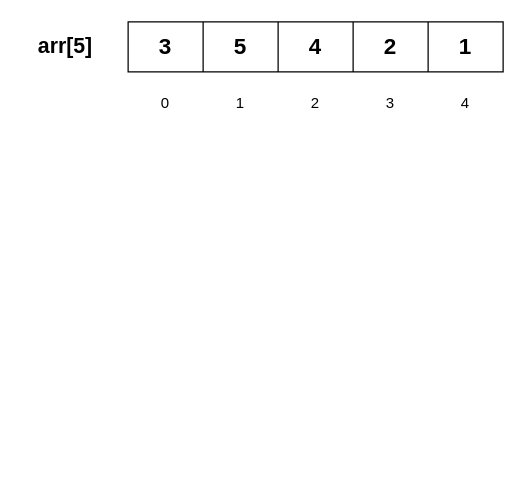
Above: 未命名绘图.drawio in wujinzhe/course (draw.io), before the change. Source tidied: cells renumbered, new cells numbered last; positions are measured from the earlier drawing's top-left corner, leaving out a move shared by most shapes. Both pictures are drawn from the tidied source at 125%, with x=0, y=0 at pixel (28, 21).
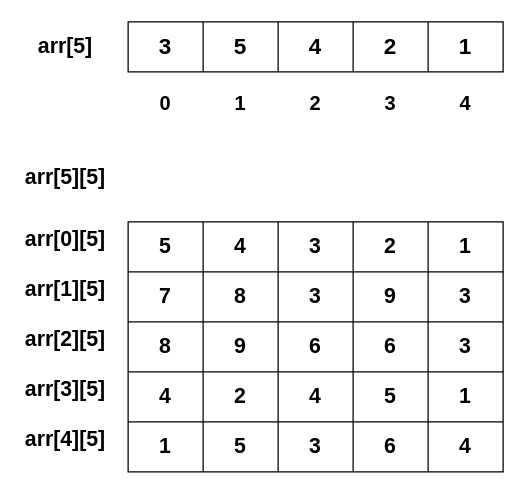
The same page after the edit.

Commit message (it also covers changes not shown here):
更新未命名绘图.drawio

What changed in the source:
```diff
@@
-    <mxCell id="10" value="0" style="text;html=1;strokeColor=none;fillColor=none;align=center;verticalAlign=middle;whiteSpace=wrap;rounded=0;" parent="1" vertex="1">
+    <mxCell id="10" value="0" style="text;html=1;strokeColor=none;fillColor=none;align=center;verticalAlign=middle;whiteSpace=wrap;rounded=0;fontSize=16;fontStyle=1;" parent="1" vertex="1">
       <mxGeometry x="80" y="50" width="60" height="30" as="geometry" />
     </mxCell>
-    <mxCell id="11" value="1" style="text;html=1;strokeColor=none;fillColor=none;align=center;verticalAlign=middle;whiteSpace=wrap;rounded=0;" parent="1" vertex="1">
+    <mxCell id="11" value="1" style="text;html=1;strokeColor=none;fillColor=none;align=center;verticalAlign=middle;whiteSpace=wrap;rounded=0;fontSize=16;fontStyle=1;" parent="1" vertex="1">
       <mxGeometry x="140" y="50" width="60" height="30" as="geometry" />
     </mxCell>
-    <mxCell id="12" value="2" style="text;html=1;strokeColor=none;fillColor=none;align=center;verticalAlign=middle;whiteSpace=wrap;rounded=0;" parent="1" vertex="1">
+    <mxCell id="12" value="2" style="text;html=1;strokeColor=none;fillColor=none;align=center;verticalAlign=middle;whiteSpace=wrap;rounded=0;fontSize=16;fontStyle=1;" parent="1" vertex="1">
       <mxGeometry x="200" y="50" width="60" height="30" as="geometry" />
     </mxCell>
-    <mxCell id="13" value="3" style="text;html=1;strokeColor=none;fillColor=none;align=center;verticalAlign=middle;whiteSpace=wrap;rounded=0;" parent="1" vertex="1">
+    <mxCell id="13" value="3" style="text;html=1;strokeColor=none;fillColor=none;align=center;verticalAlign=middle;whiteSpace=wrap;rounded=0;fontSize=16;fontStyle=1;" parent="1" vertex="1">
       <mxGeometry x="260" y="50" width="60" height="30" as="geometry" />
     </mxCell>
-    <mxCell id="14" value="4" style="text;html=1;strokeColor=none;fillColor=none;align=center;verticalAlign=middle;whiteSpace=wrap;rounded=0;" parent="1" vertex="1">
+    <mxCell id="14" value="4" style="text;html=1;strokeColor=none;fillColor=none;align=center;verticalAlign=middle;whiteSpace=wrap;rounded=0;fontSize=16;fontStyle=1;" parent="1" vertex="1">
       <mxGeometry x="320" y="50" width="60" height="30" as="geometry" />
     </mxCell>
+    <mxCell id="15" style="shape=table;startSize=0;childLayout=tableLayout;" parent="1" vertex="1">
+      <mxGeometry x="80" y="160" width="300" height="200" as="geometry" />
+    </mxCell>
+    <mxCell id="16" style="shape=tableRow;horizontal=0;startSize=0;swimlaneHead=0;swimlaneBody=0;strokeColor=inherit;top=0;left=0;bottom=0;right=0;fillColor=none;" parent="15" vertex="1">
+      <mxGeometry width="300" height="40" as="geometry" />
+    </mxCell>
+    <mxCell id="17" value="5" style="shape=partialRectangle;html=1;whiteSpace=wrap;strokeColor=inherit;overflow=hidden;fillColor=none;top=0;left=0;bottom=0;right=0;fontSize=17;fontStyle=1;" parent="16" vertex="1">
+      <mxGeometry width="60" height="40" as="geometry" />
+    </mxCell>
+    <mxCell id="18" value="4" style="shape=partialRectangle;html=1;whiteSpace=wrap;strokeColor=inherit;overflow=hidden;fillColor=none;top=0;left=0;bottom=0;right=0;fontSize=17;fontStyle=1;" parent="16" vertex="1">
+      <mxGeometry x="60" width="60" height="40" as="geometry" />
+    </mxCell>
+    <mxCell id="19" value="3" style="shape=partialRectangle;html=1;whiteSpace=wrap;strokeColor=inherit;overflow=hidden;fillColor=none;top=0;left=0;bottom=0;right=0;fontSize=17;fontStyle=1;" parent="16" vertex="1">
+      <mxGeometry x="120" width="60" height="40" as="geometry" />
+    </mxCell>
+    <mxCell id="20" value="2" style="shape=partialRectangle;html=1;whiteSpace=wrap;strokeColor=inherit;overflow=hidden;fillColor=none;top=0;left=0;bottom=0;right=0;fontSize=17;fontStyle=1;" parent="16" vertex="1">
+      <mxGeometry x="180" width="60" height="40" as="geometry" />
+    </mxCell>
+    <mxCell id="21" value="1" style="shape=partialRectangle;html=1;whiteSpace=wrap;strokeColor=inherit;overflow=hidden;fillColor=none;top=0;left=0;bottom=0;right=0;fontSize=17;fontStyle=1;" parent="16" vertex="1">
+      <mxGeometry x="240" width="60" height="40" as="geometry" />
+    </mxCell>
+    <mxCell id="22" style="shape=tableRow;horizontal=0;startSize=0;swimlaneHead=0;swimlaneBody=0;strokeColor=inherit;top=0;left=0;bottom=0;right=0;fillColor=none;" parent="15" vertex="1">
+      <mxGeometry y="40" width="300" height="40" as="geometry" />
+    </mxCell>
+    <mxCell id="23" value="7" style="shape=partialRectangle;html=1;whiteSpace=wrap;strokeColor=inherit;overflow=hidden;fillColor=none;top=0;left=0;bottom=0;right=0;fontSize=17;fontStyle=1;" parent="22" vertex="1">
+      <mxGeometry width="60" height="40" as="geometry" />
+    </mxCell>
+    <mxCell id="24" value="8" style="shape=partialRectangle;html=1;whiteSpace=wrap;strokeColor=inherit;overflow=hidden;fillColor=none;top=0;left=0;bottom=0;right=0;fontSize=17;fontStyle=1;" parent="22" vertex="1">
+      <mxGeometry x="60" width="60" height="40" as="geometry" />
+    </mxCell>
+    <mxCell id="25" value="3" style="shape=partialRectangle;html=1;whiteSpace=wrap;strokeColor=inherit;overflow=hidden;fillColor=none;top=0;left=0;bottom=0;right=0;fontSize=17;fontStyle=1;" parent="22" vertex="1">
+      <mxGeometry x="120" width="60" height="40" as="geometry" />
+    </mxCell>
+    <mxCell id="26" value="9" style="shape=partialRectangle;html=1;whiteSpace=wrap;strokeColor=inherit;overflow=hidden;fillColor=none;top=0;left=0;bottom=0;right=0;fontSize=17;fontStyle=1;" parent="22" vertex="1">
+      <mxGeometry x="180" width="60" height="40" as="geometry" />
+    </mxCell>
+    <mxCell id="27" value="3" style="shape=partialRectangle;html=1;whiteSpace=wrap;strokeColor=inherit;overflow=hidden;fillColor=none;top=0;left=0;bottom=0;right=0;fontSize=17;fontStyle=1;" parent="22" vertex="1">
+      <mxGeometry x="240" width="60" height="40" as="geometry" />
+    </mxCell>
+    <mxCell id="28" style="shape=tableRow;horizontal=0;startSize=0;swimlaneHead=0;swimlaneBody=0;strokeColor=inherit;top=0;left=0;bottom=0;right=0;fillColor=none;" parent="15" vertex="1">
+      <mxGeometry y="80" width="300" height="40" as="geometry" />
+    </mxCell>
+    <mxCell id="29" value="8" style="shape=partialRectangle;html=1;whiteSpace=wrap;strokeColor=inherit;overflow=hidden;fillColor=none;top=0;left=0;bottom=0;right=0;fontSize=17;fontStyle=1;" parent="28" vertex="1">
+      <mxGeometry width="60" height="40" as="geometry" />
+    </mxCell>
+    <mxCell id="30" value="9" style="shape=partialRectangle;html=1;whiteSpace=wrap;strokeColor=inherit;overflow=hidden;fillColor=none;top=0;left=0;bottom=0;right=0;fontSize=17;fontStyle=1;" parent="28" vertex="1">
+      <mxGeometry x="60" width="60" height="40" as="geometry" />
+    </mxCell>
+    <mxCell id="31" value="6" style="shape=partialRectangle;html=1;whiteSpace=wrap;strokeColor=inherit;overflow=hidden;fillColor=none;top=0;left=0;bottom=0;right=0;fontSize=17;fontStyle=1;" parent="28" vertex="1">
+      <mxGeometry x="120" width="60" height="40" as="geometry" />
+    </mxCell>
+    <mxCell id="32" value="6" style="shape=partialRectangle;html=1;whiteSpace=wrap;strokeColor=inherit;overflow=hidden;fillColor=none;top=0;left=0;bottom=0;right=0;fontSize=17;fontStyle=1;" parent="28" vertex="1">
+      <mxGeometry x="180" width="60" height="40" as="geometry" />
+    </mxCell>
+    <mxCell id="33" value="3" style="shape=partialRectangle;html=1;whiteSpace=wrap;strokeColor=inherit;overflow=hidden;fillColor=none;top=0;left=0;bottom=0;right=0;fontSize=17;fontStyle=1;" parent="28" vertex="1">
+      <mxGeometry x="240" width="60" height="40" as="geometry" />
+    </mxCell>
+    <mxCell id="34" style="shape=tableRow;horizontal=0;startSize=0;swimlaneHead=0;swimlaneBody=0;strokeColor=inherit;top=0;left=0;bottom=0;right=0;fillColor=none;" parent="15" vertex="1">
+      <mxGeometry y="120" width="300" height="40" as="geometry" />
+    </mxCell>
+    <mxCell id="35" value="4" style="shape=partialRectangle;html=1;whiteSpace=wrap;strokeColor=inherit;overflow=hidden;fillColor=none;top=0;left=0;bottom=0;right=0;fontSize=17;fontStyle=1;" parent="34" vertex="1">
+      <mxGeometry width="60" height="40" as="geometry" />
+    </mxCell>
+    <mxCell id="36" value="2" style="shape=partialRectangle;html=1;whiteSpace=wrap;strokeColor=inherit;overflow=hidden;fillColor=none;top=0;left=0;bottom=0;right=0;fontSize=17;fontStyle=1;" parent="34" vertex="1">
+      <mxGeometry x="60" width="60" height="40" as="geometry" />
+    </mxCell>
+    <mxCell id="37" value="4" style="shape=partialRectangle;html=1;whiteSpace=wrap;strokeColor=inherit;overflow=hidden;fillColor=none;top=0;left=0;bottom=0;right=0;fontSize=17;fontStyle=1;" parent="34" vertex="1">
+      <mxGeometry x="120" width="60" height="40" as="geometry" />
+    </mxCell>
+    <mxCell id="38" value="5" style="shape=partialRectangle;html=1;whiteSpace=wrap;strokeColor=inherit;overflow=hidden;fillColor=none;top=0;left=0;bottom=0;right=0;fontSize=17;fontStyle=1;" parent="34" vertex="1">
+      <mxGeometry x="180" width="60" height="40" as="geometry" />
+    </mxCell>
+    <mxCell id="39" value="1" style="shape=partialRectangle;html=1;whiteSpace=wrap;strokeColor=inherit;overflow=hidden;fillColor=none;top=0;left=0;bottom=0;right=0;fontSize=17;fontStyle=1;" parent="34" vertex="1">
+      <mxGeometry x="240" width="60" height="40" as="geometry" />
+    </mxCell>
+    <mxCell id="40" style="shape=tableRow;horizontal=0;startSize=0;swimlaneHead=0;swimlaneBody=0;strokeColor=inherit;top=0;left=0;bottom=0;right=0;fillColor=none;" parent="15" vertex="1">
+      <mxGeometry y="160" width="300" height="40" as="geometry" />
+    </mxCell>
+    <mxCell id="41" value="1" style="shape=partialRectangle;html=1;whiteSpace=wrap;strokeColor=inherit;overflow=hidden;fillColor=none;top=0;left=0;bottom=0;right=0;fontSize=17;fontStyle=1;" parent="40" vertex="1">
+      <mxGeometry width="60" height="40" as="geometry" />
+    </mxCell>
+    <mxCell id="42" value="5" style="shape=partialRectangle;html=1;whiteSpace=wrap;strokeColor=inherit;overflow=hidden;fillColor=none;top=0;left=0;bottom=0;right=0;fontSize=17;fontStyle=1;" parent="40" vertex="1">
+      <mxGeometry x="60" width="60" height="40" as="geometry" />
+    </mxCell>
+    <mxCell id="43" value="3" style="shape=partialRectangle;html=1;whiteSpace=wrap;strokeColor=inherit;overflow=hidden;fillColor=none;top=0;left=0;bottom=0;right=0;fontSize=17;fontStyle=1;" parent="40" vertex="1">
+      <mxGeometry x="120" width="60" height="40" as="geometry" />
+    </mxCell>
+    <mxCell id="44" value="6" style="shape=partialRectangle;html=1;whiteSpace=wrap;strokeColor=inherit;overflow=hidden;fillColor=none;top=0;left=0;bottom=0;right=0;fontSize=17;fontStyle=1;" parent="40" vertex="1">
+      <mxGeometry x="180" width="60" height="40" as="geometry" />
+    </mxCell>
+    <mxCell id="45" value="4" style="shape=partialRectangle;html=1;whiteSpace=wrap;strokeColor=inherit;overflow=hidden;fillColor=none;top=0;left=0;bottom=0;right=0;fontSize=17;fontStyle=1;" parent="40" vertex="1">
+      <mxGeometry x="240" width="60" height="40" as="geometry" />
+    </mxCell>
+    <mxCell id="46" value="&lt;font style=&quot;font-size: 17px;&quot;&gt;&lt;b&gt;arr[5][5]&lt;/b&gt;&lt;/font&gt;" style="text;html=1;strokeColor=none;fillColor=none;align=center;verticalAlign=middle;whiteSpace=wrap;rounded=0;" parent="1" vertex="1">
+      <mxGeometry x="-5" y="110" width="70" height="30" as="geometry" />
+    </mxCell>
+    <mxCell id="47" value="&lt;font style=&quot;font-size: 17px;&quot;&gt;&lt;b&gt;arr[0][5]&lt;/b&gt;&lt;/font&gt;" style="text;html=1;strokeColor=none;fillColor=none;align=center;verticalAlign=middle;whiteSpace=wrap;rounded=0;" parent="1" vertex="1">
+      <mxGeometry x="-5" y="160" width="70" height="30" as="geometry" />
+    </mxCell>
+    <mxCell id="48" value="&lt;font style=&quot;font-size: 17px;&quot;&gt;&lt;b&gt;arr[1][5]&lt;/b&gt;&lt;/font&gt;" style="text;html=1;strokeColor=none;fillColor=none;align=center;verticalAlign=middle;whiteSpace=wrap;rounded=0;" parent="1" vertex="1">
+      <mxGeometry x="-5" y="200" width="70" height="30" as="geometry" />
+    </mxCell>
+    <mxCell id="49" value="&lt;font style=&quot;font-size: 17px;&quot;&gt;&lt;b&gt;arr[2][5]&lt;/b&gt;&lt;/font&gt;" style="text;html=1;strokeColor=none;fillColor=none;align=center;verticalAlign=middle;whiteSpace=wrap;rounded=0;" parent="1" vertex="1">
+      <mxGeometry x="-5" y="240" width="70" height="30" as="geometry" />
+    </mxCell>
+    <mxCell id="50" value="&lt;font style=&quot;font-size: 17px;&quot;&gt;&lt;b&gt;arr[3][5]&lt;/b&gt;&lt;/font&gt;" style="text;html=1;strokeColor=none;fillColor=none;align=center;verticalAlign=middle;whiteSpace=wrap;rounded=0;" parent="1" vertex="1">
+      <mxGeometry x="-5" y="280" width="70" height="30" as="geometry" />
+    </mxCell>
+    <mxCell id="51" value="&lt;font style=&quot;font-size: 17px;&quot;&gt;&lt;b&gt;arr[4][5]&lt;/b&gt;&lt;/font&gt;" style="text;html=1;strokeColor=none;fillColor=none;align=center;verticalAlign=middle;whiteSpace=wrap;rounded=0;" parent="1" vertex="1">
+      <mxGeometry x="-5" y="320" width="70" height="30" as="geometry" />
+    </mxCell>
```
